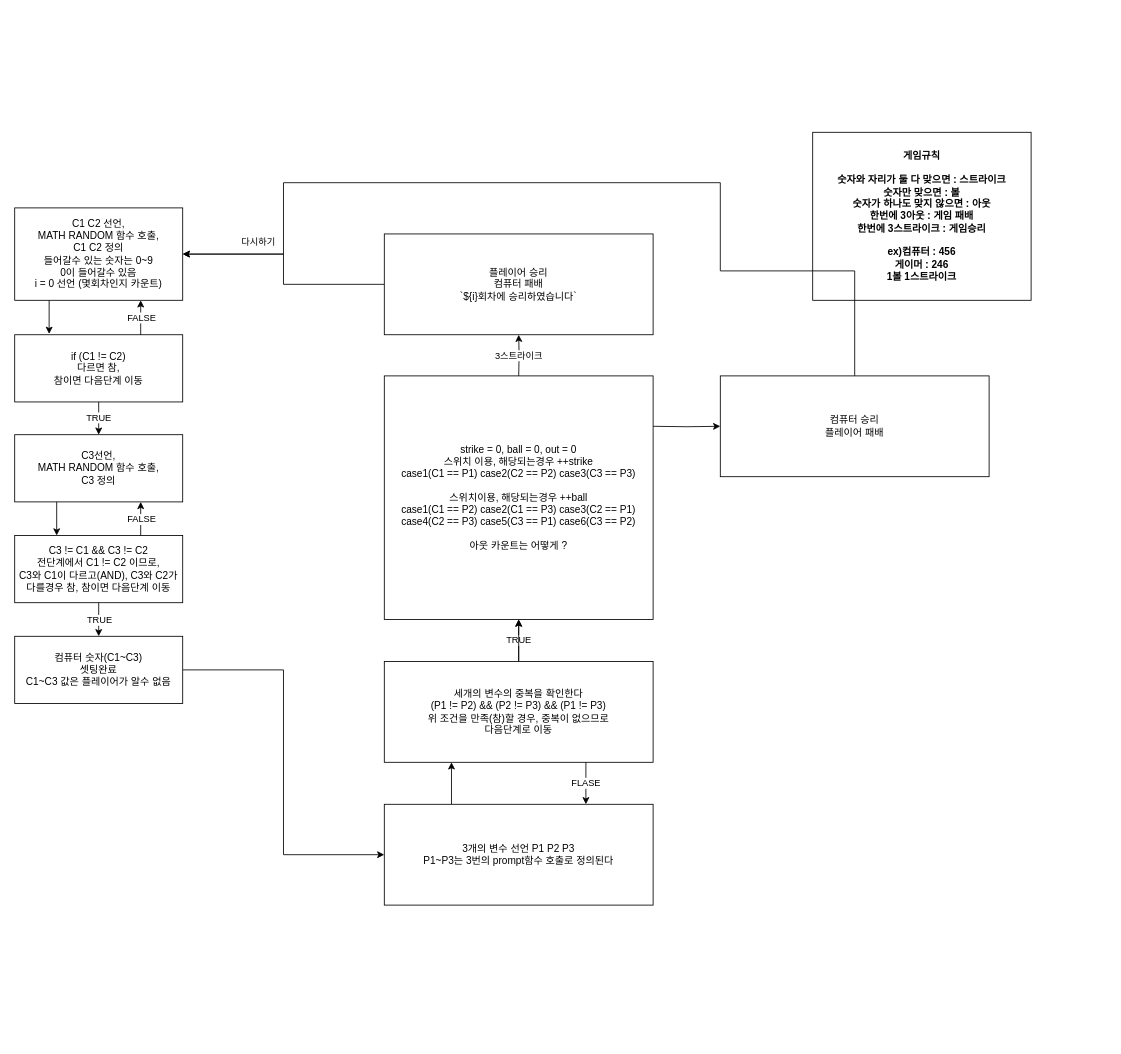
Before: 숫자야구.drawio in Pendulum88/block_chain77, a draw.io diagram. Source tidied: cells renumbered, new cells numbered last; positions are measured from the earlier drawing's top-left corner, leaving out a move shared by most shapes. Both pictures are drawn from the tidied source at 84%, with x=0, y=0 at pixel (14, 132).
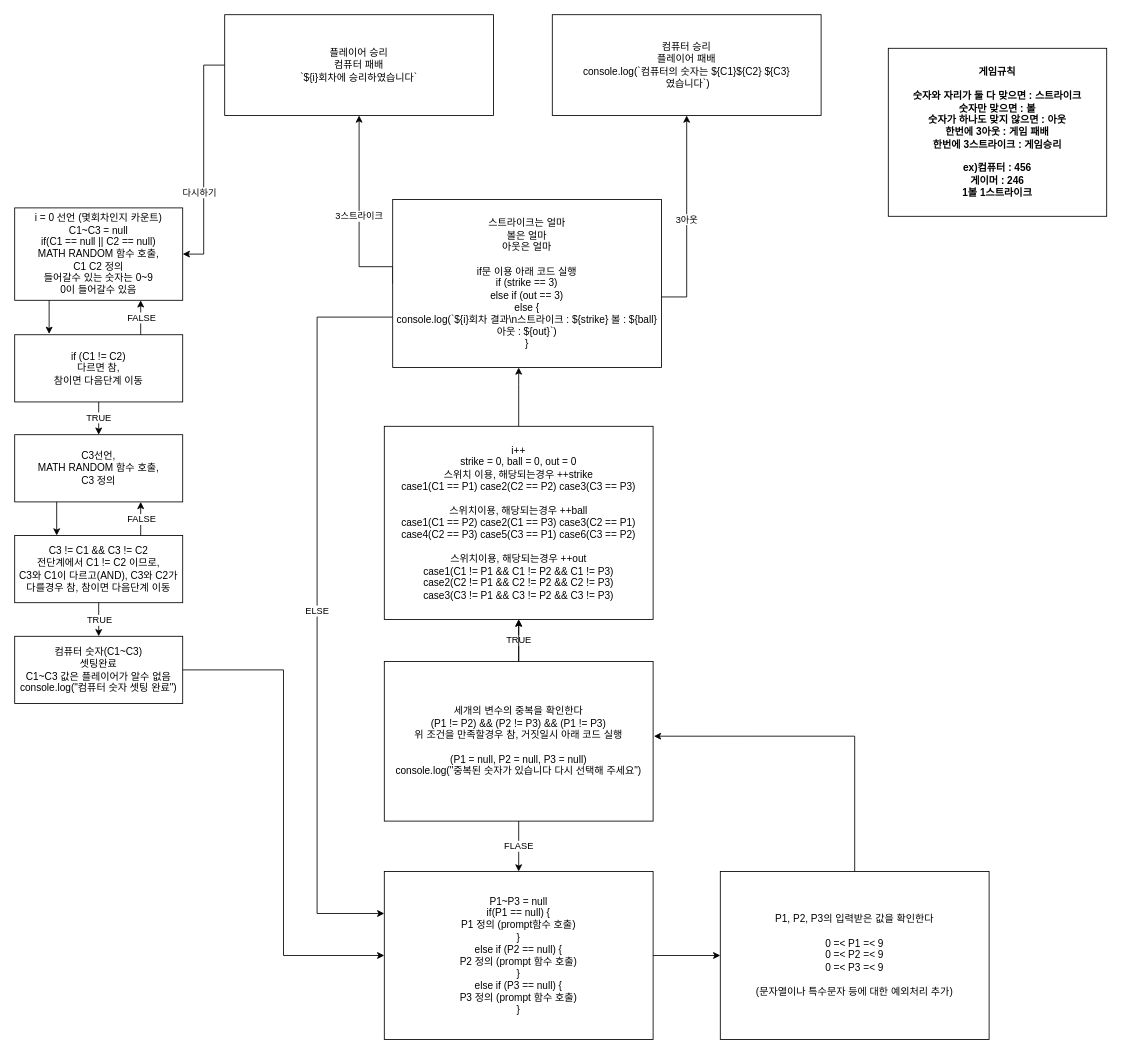
After the change.

Commit message:
숫자야구 커밋

숫자야구 흐름도 구상

The edit, as a diff of the source:
```diff
@@
-    <mxCell id="3" value="C1 C2 선언,&lt;br&gt;MATH RANDOM 함수 호출,&lt;br&gt;C1 C2 정의&lt;br&gt;들어갈수 있는 숫자는 0~9&lt;br&gt;0이 들어갈수 있음&lt;br&gt;i = 0 선언 (몇회차인지 카운트)" style="rounded=0;whiteSpace=wrap;html=1;" parent="1" vertex="1">
+    <mxCell id="3" value="i = 0 선언 (몇회차인지 카운트)&lt;br&gt;C1~C3 = null&lt;br&gt;if(C1 == null || C2 == null)&lt;br&gt;MATH RANDOM 함수 호출,&lt;br&gt;C1 C2 정의&lt;br&gt;들어갈수 있는 숫자는 0~9&lt;br&gt;0이 들어갈수 있음" style="rounded=0;whiteSpace=wrap;html=1;" parent="1" vertex="1">
       <mxGeometry y="90" width="200" height="110" as="geometry" />
     </mxCell>
@@
     <mxCell id="8" value="플레이어 승리&lt;br&gt;컴퓨터 패배&lt;br&gt;`${i}회차에 승리하였습니다`" style="rounded=0;whiteSpace=wrap;html=1;" parent="1" vertex="1">
-      <mxGeometry x="440" y="121" width="320" height="120" as="geometry" />
+      <mxGeometry x="250" y="-140" width="320" height="120" as="geometry" />
     </mxCell>
@@
-    <mxCell id="11" value="컴퓨터 숫자(C1~C3)&lt;br&gt;셋팅완료&lt;br&gt;C1~C3 값은 플레이어가 알수 없음" style="rounded=0;whiteSpace=wrap;html=1;" parent="1" vertex="1">
+    <mxCell id="11" value="컴퓨터 숫자(C1~C3)&lt;br&gt;셋팅완료&lt;br&gt;C1~C3 값은 플레이어가 알수 없음&lt;br&gt;console.log(&quot;컴퓨터 숫자 셋팅 완료&quot;)" style="rounded=0;whiteSpace=wrap;html=1;" parent="1" vertex="1">
       <mxGeometry y="600" width="200" height="80" as="geometry" />
     </mxCell>
-    <mxCell id="12" style="edgeStyle=orthogonalEdgeStyle;rounded=0;jettySize=auto;html=1;entryX=0.25;entryY=1;entryDx=0;entryDy=0;strokeColor=default;exitX=0.25;exitY=0;exitDx=0;exitDy=0;" parent="1" edge="1" source="13" target="19">
-      <mxGeometry relative="1" as="geometry" />
-    </mxCell>
+    <mxCell id="31" style="edgeStyle=orthogonalEdgeStyle;rounded=0;jettySize=auto;html=1;" parent="1" edge="1" source="13" target="34">
+      <mxGeometry relative="1" as="geometry" />
+    </mxCell>
-    <mxCell id="13" value="3개의 변수 선언 P1 P2 P3&lt;br&gt;P1~P3는 3번의 prompt함수 호출로 정의된다" style="rounded=0;whiteSpace=wrap;html=1;" parent="1" vertex="1">
-      <mxGeometry x="440" y="800" width="320" height="120" as="geometry" />
+    <mxCell id="13" value="P1~P3 = null&lt;br&gt;if(P1 == null) {&lt;br&gt;P1 정의 (prompt함수 호출)&lt;br&gt;}&lt;br&gt;else if (P2 == null) {&lt;br&gt;P2 정의 (prompt 함수 호출)&lt;br&gt;}&lt;br&gt;else if (P3 == null) {&lt;br&gt;P3 정의 (prompt 함수 호출)&lt;br&gt;}" style="rounded=0;whiteSpace=wrap;html=1;" parent="1" vertex="1">
+      <mxGeometry x="440" y="880" width="320" height="200" as="geometry" />
     </mxCell>
-    <mxCell id="14" value="3스트라이크" style="edgeStyle=orthogonalEdgeStyle;rounded=0;jettySize=auto;html=1;strokeColor=default;" parent="1" edge="1" target="8">
+    <mxCell id="14" value="3스트라이크" style="edgeStyle=orthogonalEdgeStyle;rounded=0;jettySize=auto;html=1;strokeColor=default;exitX=0;exitY=0.5;exitDx=0;exitDy=0;" parent="1" edge="1" source="36" target="8">
       <mxGeometry relative="1" as="geometry">
-        <mxPoint x="600" y="290" as="sourcePoint" />
+        <Array as="points">
+          <mxPoint x="450" y="160" />
+          <mxPoint x="410" y="160" />
+        </Array>
       </mxGeometry>
     </mxCell>
-    <mxCell id="15" style="edgeStyle=orthogonalEdgeStyle;rounded=0;jettySize=auto;html=1;strokeColor=default;" parent="1" edge="1" target="30">
+    <mxCell id="15" value="3아웃" style="edgeStyle=orthogonalEdgeStyle;rounded=0;jettySize=auto;html=1;strokeColor=default;exitX=0.997;exitY=0.58;exitDx=0;exitDy=0;entryX=0.5;entryY=1;entryDx=0;entryDy=0;exitPerimeter=0;" parent="1" edge="1" source="36" target="30">
       <mxGeometry relative="1" as="geometry">
-        <mxPoint x="760" y="350" as="sourcePoint" />
+        <Array as="points">
+          <mxPoint x="800" y="196" />
+        </Array>
       </mxGeometry>
     </mxCell>
+    <mxCell id="32" style="edgeStyle=orthogonalEdgeStyle;rounded=0;jettySize=auto;html=1;" parent="1" edge="1" source="16" target="36">
+      <mxGeometry relative="1" as="geometry">
+        <Array as="points">
+          <mxPoint x="600" y="300" />
+          <mxPoint x="600" y="300" />
+        </Array>
+      </mxGeometry>
+    </mxCell>
-    <mxCell id="16" value="strike = 0, ball = 0, out = 0&lt;br&gt;스위치 이용, 해당되는경우 ++strike&lt;br&gt;case1(C1 == P1) case2(C2 == P2) case3(C3 == P3)&lt;br&gt;&lt;br&gt;스위치이용, 해당되는경우 ++ball&lt;br&gt;case1(C1 == P2) case2(C1 == P3) case3(C2 == P1)&lt;br&gt;case4(C2 == P3) case5(C3 == P1) case6(C3 == P2)&lt;br&gt;&lt;br&gt;아웃 카운트는 어떻게 ?" style="rounded=0;whiteSpace=wrap;html=1;" parent="1" vertex="1">
-      <mxGeometry x="440" y="290" width="320" height="290" as="geometry" />
+    <mxCell id="16" value="i++&lt;br&gt;strike = 0, ball = 0, out = 0&lt;br&gt;스위치 이용, 해당되는경우 ++strike&lt;br&gt;case1(C1 == P1) case2(C2 == P2) case3(C3 == P3)&lt;br&gt;&lt;br&gt;스위치이용, 해당되는경우 ++ball&lt;br&gt;case1(C1 == P2) case2(C1 == P3) case3(C2 == P1)&lt;br&gt;case4(C2 == P3) case5(C3 == P1) case6(C3 == P2)&lt;br&gt;&lt;br&gt;스위치이용, 해당되는경우 ++out&lt;br&gt;case1(C1 != P1 &amp;amp;&amp;amp; C1 != P2 &amp;amp;&amp;amp; C1 != P3)&lt;br&gt;case2(C2 != P1 &amp;amp;&amp;amp;&amp;nbsp;C2 != P2 &amp;amp;&amp;amp;&amp;nbsp;C2 != P3)&lt;br&gt;case3(C3 != P1 &amp;amp;&amp;amp;&amp;nbsp;C3 != P2 &amp;amp;&amp;amp;&amp;nbsp;C3 != P3)" style="rounded=0;whiteSpace=wrap;html=1;" parent="1" vertex="1">
+      <mxGeometry x="440" y="350" width="320" height="230" as="geometry" />
     </mxCell>
@@
-    <mxCell id="19" value="세개의 변수의 중복을 확인한다&lt;br&gt;(P1 != P2) &amp;amp;&amp;amp; (P2 != P3) &amp;amp;&amp;amp; (P1 != P3)&lt;br&gt;위 조건을 만족(참)할 경우, 중복이 없으므로&lt;br&gt;다음단계로 이동" style="rounded=0;whiteSpace=wrap;html=1;" parent="1" vertex="1">
-      <mxGeometry x="440" y="630" width="320" height="120" as="geometry" />
+    <mxCell id="19" value="세개의 변수의 중복을 확인한다&lt;br&gt;(P1 != P2) &amp;amp;&amp;amp; (P2 != P3) &amp;amp;&amp;amp; (P1 != P3)&lt;br&gt;위 조건을 만족할경우 참, 거짓일시 아래 코드 실행&lt;br&gt;&lt;br&gt;(P1 = null, P2 = null, P3 = null)&lt;br&gt;console.log(&quot;중복된 숫자가 있습니다 다시 선택해 주세요&quot;)" style="rounded=0;whiteSpace=wrap;html=1;" parent="1" vertex="1">
+      <mxGeometry x="440" y="630" width="320" height="190" as="geometry" />
     </mxCell>
@@
-    <mxCell id="27" value="FLASE" style="endArrow=classic;html=1;rounded=0;strokeColor=default;exitX=0.75;exitY=1;exitDx=0;exitDy=0;entryX=0.75;entryY=0;entryDx=0;entryDy=0;" parent="1" edge="1" source="19" target="13">
+    <mxCell id="27" value="FLASE" style="endArrow=classic;html=1;rounded=0;strokeColor=default;exitX=0.5;exitY=1;exitDx=0;exitDy=0;entryX=0.5;entryY=0;entryDx=0;entryDy=0;" parent="1" edge="1" source="19" target="13">
       <mxGeometry relative="1" as="geometry" />
     </mxCell>
     <mxCell id="28" value="게임규칙&#10;&#10;숫자와 자리가 둘 다 맞으면 : 스트라이크&#10;숫자만 맞으면 : 볼&#10;숫자가 하나도 맞지 않으면 : 아웃&#10;한번에 3아웃 : 게임 패배&#10;한번에 3스트라이크 : 게임승리&#10;&#10;ex)컴퓨터 : 456&#10;게이머 : 246&#10;1볼 1스트라이크" style="rounded=0;fillColor=default;labelPosition=center;verticalLabelPosition=middle;align=center;verticalAlign=middle;whiteSpace=wrap;fontStyle=1;" parent="1" vertex="1">
-      <mxGeometry x="950" width="260" height="200" as="geometry" />
+      <mxGeometry x="1040" y="-100" width="260" height="200" as="geometry" />
     </mxCell>
-    <mxCell id="29" style="edgeStyle=orthogonalEdgeStyle;rounded=0;jettySize=auto;html=1;strokeColor=default;entryX=1;entryY=0.5;entryDx=0;entryDy=0;" parent="1" edge="1" source="30" target="3">
-      <mxGeometry relative="1" as="geometry">
-        <Array as="points">
-          <mxPoint x="1000" y="165" />
-          <mxPoint x="840" y="165" />
-          <mxPoint x="840" y="60" />
-          <mxPoint x="320" y="60" />
-          <mxPoint x="320" y="145" />
-        </Array>
-      </mxGeometry>
-    </mxCell>
-    <mxCell id="30" value="컴퓨터 승리&lt;br&gt;플레이어 패배" style="rounded=0;whiteSpace=wrap;html=1;" parent="1" vertex="1">
-      <mxGeometry x="840" y="290" width="320" height="120" as="geometry" />
+    <mxCell id="30" value="컴퓨터 승리&lt;br&gt;플레이어 패배&lt;br&gt;console.log(`컴퓨터의 숫자는 ${C1}${C2} ${C3}&lt;br&gt;&amp;nbsp;였습니다`)" style="rounded=0;whiteSpace=wrap;html=1;" parent="1" vertex="1">
+      <mxGeometry x="640" y="-140" width="320" height="120" as="geometry" />
     </mxCell>
+    <mxCell id="33" style="edgeStyle=orthogonalEdgeStyle;rounded=0;jettySize=auto;html=1;entryX=1.003;entryY=0.468;entryDx=0;entryDy=0;entryPerimeter=0;" parent="1" edge="1" source="34" target="19">
+      <mxGeometry relative="1" as="geometry">
+        <Array as="points">
+          <mxPoint x="1000" y="719" />
+        </Array>
+      </mxGeometry>
+    </mxCell>
+    <mxCell id="34" value="P1, P2, P3의 입력받은 값을 확인한다&lt;br&gt;&lt;br&gt;0 =&amp;lt; P1 =&amp;lt; 9&lt;br&gt;0 =&amp;lt; P2 =&amp;lt; 9&lt;br&gt;0 =&amp;lt; P3 =&amp;lt; 9&lt;br&gt;&lt;br&gt;(문자열이나 특수문자 등에 대한 예외처리 추가)" style="rounded=0;whiteSpace=wrap;html=1;" parent="1" vertex="1">
+      <mxGeometry x="840" y="880" width="320" height="200" as="geometry" />
+    </mxCell>
+    <mxCell id="35" value="ELSE" style="edgeStyle=orthogonalEdgeStyle;rounded=0;jettySize=auto;html=1;entryX=0;entryY=0.25;entryDx=0;entryDy=0;" parent="1" edge="1" source="36" target="13">
+      <mxGeometry relative="1" as="geometry">
+        <Array as="points">
+          <mxPoint x="360" y="220" />
+          <mxPoint x="360" y="930" />
+        </Array>
+      </mxGeometry>
+    </mxCell>
+    <mxCell id="36" value="스트라이크는 얼마&lt;br&gt;볼은 얼마&lt;br&gt;아웃은 얼마&lt;br&gt;&lt;br&gt;if문 이용 아래 코드 실행&lt;br&gt;if (strike == 3)&lt;br&gt;else if (out == 3)&lt;br&gt;else {&lt;br&gt;console.log(`${i}회차 결과\n스트라이크 : ${strike} 볼 : ${ball} 아웃 : ${out}`)&lt;br&gt;}" style="rounded=0;whiteSpace=wrap;html=1;" parent="1" vertex="1">
+      <mxGeometry x="450" y="80" width="320" height="200" as="geometry" />
+    </mxCell>
```
